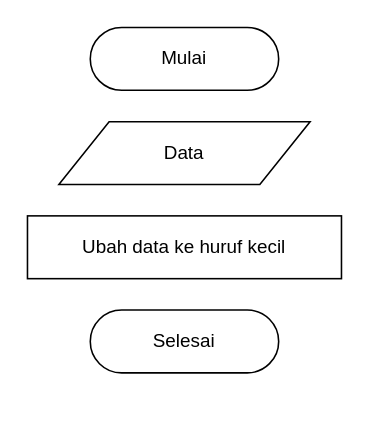
Before: page "Case Folding" (4 of 10) of Untitled Diagram.drawio in mksyfla/analysis-sentiment-using-svm, a draw.io diagram. Source tidied: cells renumbered, new cells numbered last; positions are measured from the earlier drawing's top-left corner, leaving out a move shared by most shapes. Both pictures are drawn from the tidied source at 157%, with x=0, y=0 at pixel (27, 27).
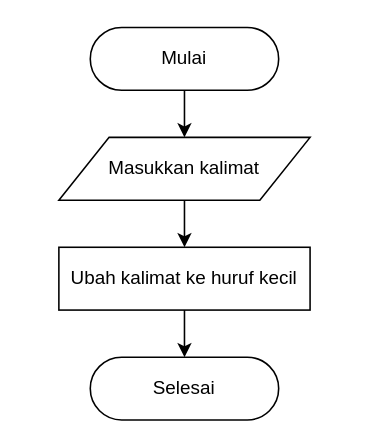
After the change.

The edit, as a diff of the source:
```diff
@@
 <mxGraphModel>
   <root>
     <mxCell id="0" />
     <mxCell id="1" parent="0" />
+    <mxCell id="6" style="edgeStyle=orthogonalEdgeStyle;rounded=0;jettySize=auto;html=1;" parent="1" edge="1" source="2" target="5">
+      <mxGeometry relative="1" as="geometry" />
+    </mxCell>
     <mxCell id="2" value="Mulai" style="html=1;dashed=0;whiteSpace=wrap;shape=mxgraph.dfd.start;" parent="1" vertex="1">
       <mxGeometry x="40" width="120" height="40" as="geometry" />
     </mxCell>
     <mxCell id="3" value="Selesai" style="html=1;dashed=0;whiteSpace=wrap;shape=mxgraph.dfd.start;" parent="1" vertex="1">
-      <mxGeometry x="40" y="180" width="120" height="40" as="geometry" />
+      <mxGeometry x="40" y="210" width="120" height="40" as="geometry" />
     </mxCell>
+    <mxCell id="7" style="edgeStyle=orthogonalEdgeStyle;rounded=0;jettySize=auto;html=1;" parent="1" edge="1" source="4" target="3">
+      <mxGeometry relative="1" as="geometry" />
+    </mxCell>
-    <mxCell id="4" value="Ubah data ke huruf kecil" style="html=1;dashed=0;whiteSpace=wrap;" parent="1" vertex="1">
-      <mxGeometry y="120" width="200" height="40" as="geometry" />
+    <mxCell id="4" value="Ubah kalimat ke huruf kecil" style="html=1;dashed=0;whiteSpace=wrap;" parent="1" vertex="1">
+      <mxGeometry x="20" y="140" width="160" height="40" as="geometry" />
     </mxCell>
+    <mxCell id="8" style="edgeStyle=orthogonalEdgeStyle;rounded=0;jettySize=auto;html=1;" parent="1" edge="1" source="5" target="4">
+      <mxGeometry relative="1" as="geometry" />
+    </mxCell>
-    <mxCell id="5" value="&lt;div&gt;Data&lt;/div&gt;" style="shape=parallelogram;perimeter=parallelogramPerimeter;whiteSpace=wrap;html=1;dashed=0;" parent="1" vertex="1">
-      <mxGeometry x="20" y="60" width="160" height="40" as="geometry" />
+    <mxCell id="5" value="Masukkan kalimat" style="shape=parallelogram;perimeter=parallelogramPerimeter;whiteSpace=wrap;html=1;dashed=0;" parent="1" vertex="1">
+      <mxGeometry x="20" y="70" width="160" height="40" as="geometry" />
     </mxCell>
   </root>
 </mxGraphModel>
```
